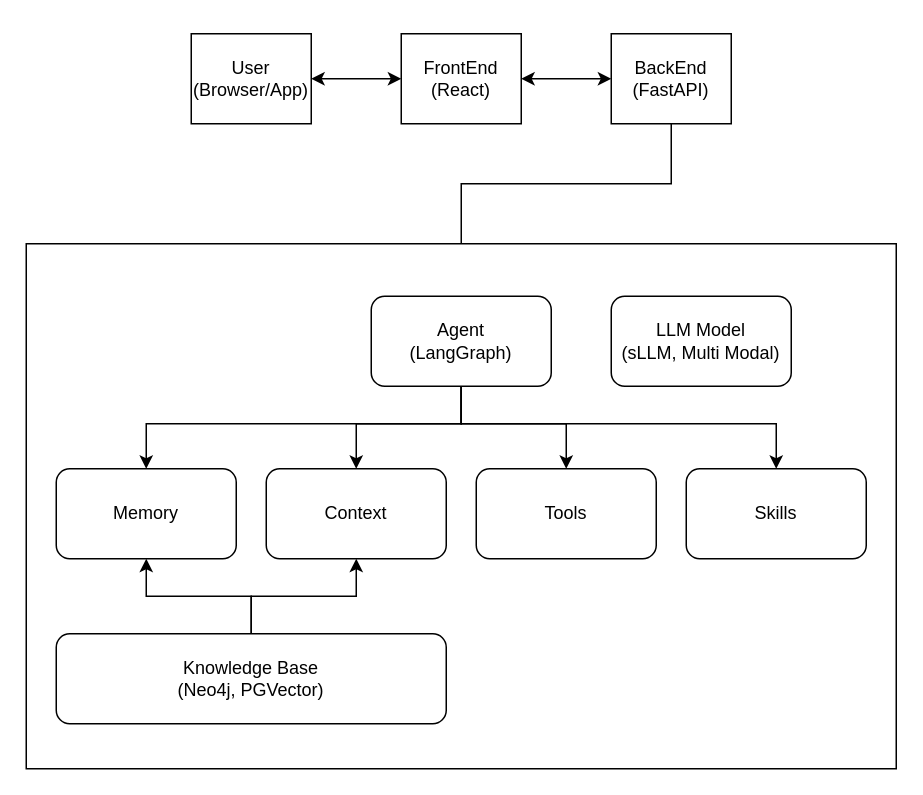
Above: BabyEvent.drawio in nedAllen/MyUtils (draw.io), before the change. Source tidied: cells renumbered, new cells numbered last; positions are measured from the earlier drawing's top-left corner, leaving out a move shared by most shapes. Both pictures are drawn from the tidied source at 150%, with x=0, y=0 at pixel (26, 33).
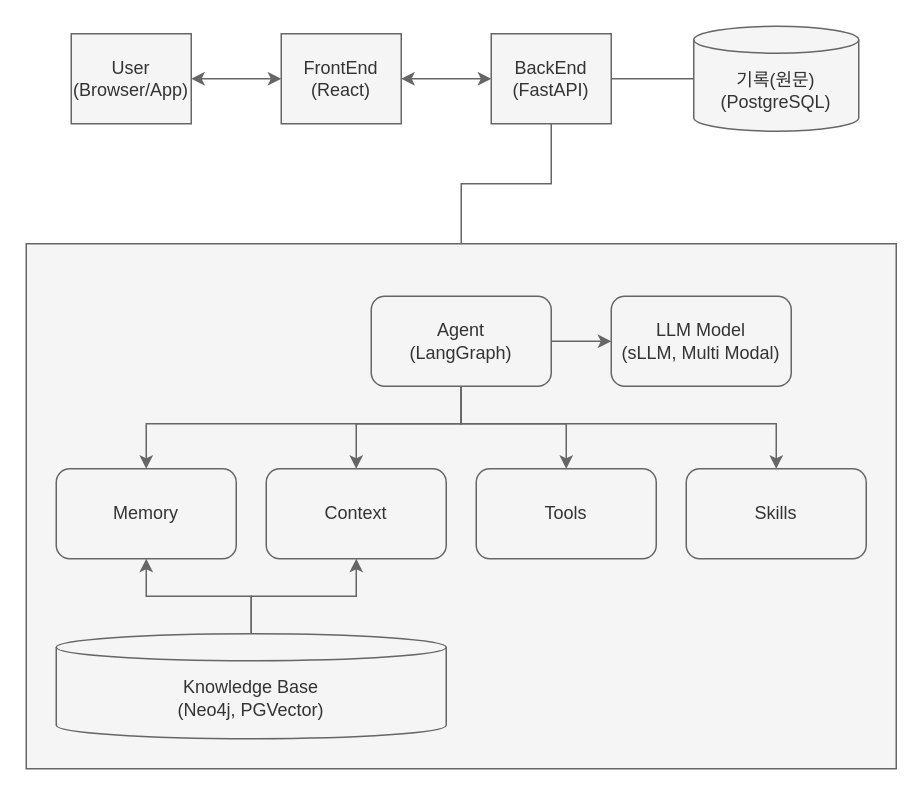
The same diagram, later.

What changed in the source:
```diff
@@
-    <mxCell id="2" style="edgeStyle=orthogonalEdgeStyle;rounded=0;jettySize=auto;html=1;entryX=0;entryY=0.5;entryDx=0;entryDy=0;startArrow=classic;startFill=1;" parent="1" edge="1" source="3" target="5">
+    <mxCell id="2" style="edgeStyle=orthogonalEdgeStyle;rounded=0;jettySize=auto;html=1;entryX=0;entryY=0.5;entryDx=0;entryDy=0;startArrow=classic;startFill=1;strokeColor=#666666;fillColor=#f5f5f5;" parent="1" edge="1" source="3" target="5">
       <mxGeometry relative="1" as="geometry" />
     </mxCell>
-    <mxCell id="3" value="User&lt;div&gt;(Browser/App)&lt;/div&gt;" style="rounded=0;whiteSpace=wrap;html=1;" parent="1" vertex="1">
-      <mxGeometry x="110" width="80" height="60" as="geometry" />
+    <mxCell id="3" value="User&lt;div&gt;(Browser/App)&lt;/div&gt;" style="rounded=0;whiteSpace=wrap;html=1;strokeColor=#666666;fillColor=#f5f5f5;fontColor=#333333;" parent="1" vertex="1">
+      <mxGeometry x="30" width="80" height="60" as="geometry" />
     </mxCell>
-    <mxCell id="4" style="edgeStyle=orthogonalEdgeStyle;rounded=0;jettySize=auto;html=1;entryX=0;entryY=0.5;entryDx=0;entryDy=0;startArrow=classic;startFill=1;" parent="1" edge="1" source="5" target="7">
+    <mxCell id="4" style="edgeStyle=orthogonalEdgeStyle;rounded=0;jettySize=auto;html=1;entryX=0;entryY=0.5;entryDx=0;entryDy=0;startArrow=classic;startFill=1;strokeColor=#666666;fillColor=#f5f5f5;" parent="1" edge="1" source="5" target="7">
       <mxGeometry relative="1" as="geometry" />
     </mxCell>
-    <mxCell id="5" value="FrontEnd&lt;div&gt;(React)&lt;/div&gt;" style="rounded=0;whiteSpace=wrap;html=1;" parent="1" vertex="1">
-      <mxGeometry x="250" width="80" height="60" as="geometry" />
+    <mxCell id="5" value="FrontEnd&lt;div&gt;(React)&lt;/div&gt;" style="rounded=0;whiteSpace=wrap;html=1;strokeColor=#666666;fillColor=#f5f5f5;fontColor=#333333;" parent="1" vertex="1">
+      <mxGeometry x="170" width="80" height="60" as="geometry" />
     </mxCell>
-    <mxCell id="6" style="edgeStyle=orthogonalEdgeStyle;rounded=0;jettySize=auto;html=1;entryX=0.5;entryY=0;entryDx=0;entryDy=0;endArrow=none;endFill=0;" parent="1" edge="1" source="7" target="8">
+    <mxCell id="6" style="edgeStyle=orthogonalEdgeStyle;rounded=0;jettySize=auto;html=1;entryX=0.5;entryY=0;entryDx=0;entryDy=0;endArrow=none;endFill=0;strokeColor=#666666;fillColor=#f5f5f5;" parent="1" edge="1" source="7" target="8">
       <mxGeometry relative="1" as="geometry" />
     </mxCell>
-    <mxCell id="7" value="BackEnd&lt;div&gt;(FastAPI)&lt;/div&gt;" style="rounded=0;whiteSpace=wrap;html=1;" parent="1" vertex="1">
-      <mxGeometry x="390" width="80" height="60" as="geometry" />
+    <mxCell id="7" value="BackEnd&lt;div&gt;(FastAPI)&lt;/div&gt;" style="rounded=0;whiteSpace=wrap;html=1;strokeColor=#666666;fillColor=#f5f5f5;fontColor=#333333;" parent="1" vertex="1">
+      <mxGeometry x="310" width="80" height="60" as="geometry" />
     </mxCell>
-    <mxCell id="8" style="rounded=0;whiteSpace=wrap;html=1;" parent="1" vertex="1">
+    <mxCell id="8" style="rounded=0;whiteSpace=wrap;html=1;strokeColor=#666666;fillColor=#f5f5f5;fontColor=#333333;" parent="1" vertex="1">
       <mxGeometry y="140" width="580" height="350" as="geometry" />
     </mxCell>
-    <mxCell id="9" style="edgeStyle=orthogonalEdgeStyle;rounded=0;jettySize=auto;html=1;entryX=0.5;entryY=0;entryDx=0;entryDy=0;" parent="1" edge="1" source="11" target="12">
+    <mxCell id="9" style="edgeStyle=orthogonalEdgeStyle;rounded=0;jettySize=auto;html=1;entryX=0.5;entryY=0;entryDx=0;entryDy=0;strokeColor=#666666;fillColor=#f5f5f5;" parent="1" edge="1" source="11" target="12">
       <mxGeometry relative="1" as="geometry">
         <Array as="points">
           <mxPoint x="290" y="260" />
           <mxPoint x="80" y="260" />
         </Array>
       </mxGeometry>
     </mxCell>
-    <mxCell id="10" style="edgeStyle=orthogonalEdgeStyle;rounded=0;jettySize=auto;html=1;exitX=0.5;exitY=1;exitDx=0;exitDy=0;entryX=0.5;entryY=0;entryDx=0;entryDy=0;" parent="1" edge="1" source="11" target="18">
+    <mxCell id="10" style="edgeStyle=orthogonalEdgeStyle;rounded=0;jettySize=auto;html=1;exitX=0.5;exitY=1;exitDx=0;exitDy=0;entryX=0.5;entryY=0;entryDx=0;entryDy=0;strokeColor=#666666;fillColor=#f5f5f5;" parent="1" edge="1" source="11" target="18">
       <mxGeometry relative="1" as="geometry">
         <Array as="points">
           <mxPoint x="290" y="260" />
           <mxPoint x="500" y="260" />
         </Array>
       </mxGeometry>
     </mxCell>
+    <mxCell id="22" style="edgeStyle=orthogonalEdgeStyle;rounded=0;jettySize=auto;html=1;entryX=0;entryY=0.5;entryDx=0;entryDy=0;strokeColor=#666666;fillColor=#f5f5f5;" parent="1" edge="1" source="11" target="19">
+      <mxGeometry relative="1" as="geometry" />
+    </mxCell>
-    <mxCell id="11" value="Agent&lt;div&gt;(LangGraph)&lt;/div&gt;" style="rounded=1;whiteSpace=wrap;html=1;" parent="1" vertex="1">
+    <mxCell id="11" value="Agent&lt;div&gt;(LangGraph)&lt;/div&gt;" style="rounded=1;whiteSpace=wrap;html=1;strokeColor=#666666;fillColor=#f5f5f5;fontColor=#333333;" parent="1" vertex="1">
       <mxGeometry x="230" y="175" width="120" height="60" as="geometry" />
     </mxCell>
-    <mxCell id="12" value="Memory" style="rounded=1;whiteSpace=wrap;html=1;" parent="1" vertex="1">
+    <mxCell id="12" value="Memory" style="rounded=1;whiteSpace=wrap;html=1;strokeColor=#666666;fillColor=#f5f5f5;fontColor=#333333;" parent="1" vertex="1">
       <mxGeometry x="20" y="290" width="120" height="60" as="geometry" />
     </mxCell>
-    <mxCell id="13" value="Context" style="rounded=1;whiteSpace=wrap;html=1;" parent="1" vertex="1">
+    <mxCell id="13" value="Context" style="rounded=1;whiteSpace=wrap;html=1;strokeColor=#666666;fillColor=#f5f5f5;fontColor=#333333;" parent="1" vertex="1">
       <mxGeometry x="160" y="290" width="120" height="60" as="geometry" />
     </mxCell>
-    <mxCell id="14" style="edgeStyle=orthogonalEdgeStyle;rounded=0;jettySize=auto;html=1;exitX=0.5;exitY=0;exitDx=0;exitDy=0;entryX=0.5;entryY=1;entryDx=0;entryDy=0;" parent="1" edge="1" source="16" target="12">
+    <mxCell id="14" style="edgeStyle=orthogonalEdgeStyle;rounded=0;jettySize=auto;html=1;exitX=0.5;exitY=0;exitDx=0;exitDy=0;entryX=0.5;entryY=1;entryDx=0;entryDy=0;exitPerimeter=0;strokeColor=#666666;fillColor=#f5f5f5;" parent="1" edge="1" source="16" target="12">
       <mxGeometry relative="1" as="geometry" />
     </mxCell>
-    <mxCell id="15" style="edgeStyle=orthogonalEdgeStyle;rounded=0;jettySize=auto;html=1;exitX=0.5;exitY=0;exitDx=0;exitDy=0;entryX=0.5;entryY=1;entryDx=0;entryDy=0;" parent="1" edge="1" source="16" target="13">
+    <mxCell id="15" style="edgeStyle=orthogonalEdgeStyle;rounded=0;jettySize=auto;html=1;exitX=0.5;exitY=0;exitDx=0;exitDy=0;entryX=0.5;entryY=1;entryDx=0;entryDy=0;exitPerimeter=0;strokeColor=#666666;fillColor=#f5f5f5;" parent="1" edge="1" source="16" target="13">
       <mxGeometry relative="1" as="geometry" />
     </mxCell>
-    <mxCell id="16" value="Knowledge Base&lt;div&gt;(Neo4j, PGVector)&lt;/div&gt;" style="rounded=1;whiteSpace=wrap;html=1;" parent="1" vertex="1">
-      <mxGeometry x="20" y="400" width="260" height="60" as="geometry" />
-    </mxCell>
-    <mxCell id="17" value="Tools" style="rounded=1;whiteSpace=wrap;html=1;" parent="1" vertex="1">
+    <mxCell id="17" value="Tools" style="rounded=1;whiteSpace=wrap;html=1;strokeColor=#666666;fillColor=#f5f5f5;fontColor=#333333;" parent="1" vertex="1">
       <mxGeometry x="300" y="290" width="120" height="60" as="geometry" />
     </mxCell>
-    <mxCell id="18" value="Skills" style="rounded=1;whiteSpace=wrap;html=1;" parent="1" vertex="1">
+    <mxCell id="18" value="Skills" style="rounded=1;whiteSpace=wrap;html=1;strokeColor=#666666;fillColor=#f5f5f5;fontColor=#333333;" parent="1" vertex="1">
       <mxGeometry x="440" y="290" width="120" height="60" as="geometry" />
     </mxCell>
-    <mxCell id="19" value="LLM Model&lt;div&gt;(sLLM, Multi Modal)&lt;/div&gt;" style="rounded=1;whiteSpace=wrap;html=1;" parent="1" vertex="1">
+    <mxCell id="19" value="LLM Model&lt;div&gt;(sLLM, Multi Modal)&lt;/div&gt;" style="rounded=1;whiteSpace=wrap;html=1;strokeColor=#666666;fillColor=#f5f5f5;fontColor=#333333;" parent="1" vertex="1">
       <mxGeometry x="390" y="175" width="120" height="60" as="geometry" />
     </mxCell>
-    <mxCell id="20" style="edgeStyle=orthogonalEdgeStyle;rounded=0;jettySize=auto;html=1;entryX=0.5;entryY=0;entryDx=0;entryDy=0;exitX=0.5;exitY=1;exitDx=0;exitDy=0;" parent="1" edge="1" source="11" target="13">
+    <mxCell id="20" style="edgeStyle=orthogonalEdgeStyle;rounded=0;jettySize=auto;html=1;entryX=0.5;entryY=0;entryDx=0;entryDy=0;exitX=0.5;exitY=1;exitDx=0;exitDy=0;strokeColor=#666666;fillColor=#f5f5f5;" parent="1" edge="1" source="11" target="13">
       <mxGeometry relative="1" as="geometry">
         <Array as="points">
           <mxPoint x="290" y="260" />
           <mxPoint x="220" y="260" />
         </Array>
       </mxGeometry>
     </mxCell>
-    <mxCell id="21" style="edgeStyle=orthogonalEdgeStyle;rounded=0;jettySize=auto;html=1;entryX=0.5;entryY=0;entryDx=0;entryDy=0;exitX=0.5;exitY=1;exitDx=0;exitDy=0;" parent="1" edge="1" source="11" target="17">
+    <mxCell id="21" style="edgeStyle=orthogonalEdgeStyle;rounded=0;jettySize=auto;html=1;entryX=0.5;entryY=0;entryDx=0;entryDy=0;exitX=0.5;exitY=1;exitDx=0;exitDy=0;strokeColor=#666666;fillColor=#f5f5f5;" parent="1" edge="1" source="11" target="17">
       <mxGeometry relative="1" as="geometry">
         <Array as="points">
           <mxPoint x="290" y="260" />
           <mxPoint x="360" y="260" />
         </Array>
       </mxGeometry>
     </mxCell>
+    <mxCell id="16" value="Knowledge Base&lt;div&gt;(Neo4j, PGVector)&lt;/div&gt;" style="shape=cylinder3;whiteSpace=wrap;html=1;boundedLbl=1;backgroundOutline=1;size=9;strokeColor=#666666;fillColor=#f5f5f5;fontColor=#333333;" parent="1" vertex="1">
+      <mxGeometry x="20" y="400" width="260" height="70" as="geometry" />
+    </mxCell>
+    <mxCell id="23" value="&lt;div&gt;기록(원문)&lt;/div&gt;(PostgreSQL)" style="shape=cylinder3;whiteSpace=wrap;html=1;boundedLbl=1;backgroundOutline=1;size=9;strokeColor=#666666;fillColor=#f5f5f5;fontColor=#333333;" parent="1" vertex="1">
+      <mxGeometry x="445" y="-5" width="110" height="70" as="geometry" />
+    </mxCell>
+    <mxCell id="24" style="edgeStyle=orthogonalEdgeStyle;rounded=0;jettySize=auto;html=1;entryX=0;entryY=0.5;entryDx=0;entryDy=0;entryPerimeter=0;endArrow=none;endFill=0;strokeColor=#666666;fillColor=#f5f5f5;" parent="1" edge="1" source="7" target="23">
+      <mxGeometry relative="1" as="geometry" />
+    </mxCell>
```
